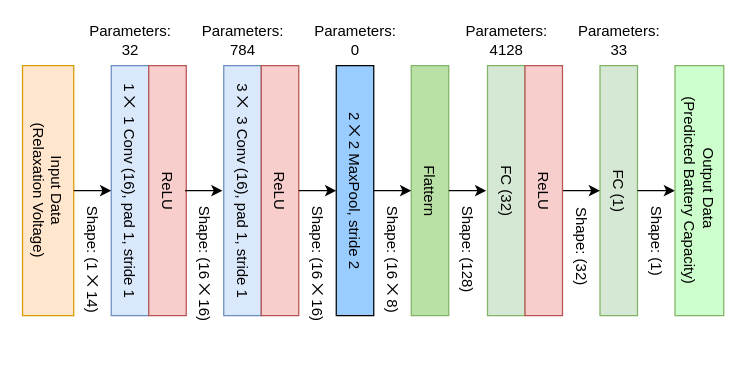
The draw.io diagram figs/fig2.drawio in bc0403/battery-ingep2024, before the edit. Source tidied: cells renumbered, new cells numbered last; positions are measured from the earlier drawing's top-left corner, leaving out a move shared by most shapes. Both pictures are drawn from the tidied source at 125%, with x=0, y=0 at pixel (-78, 21).
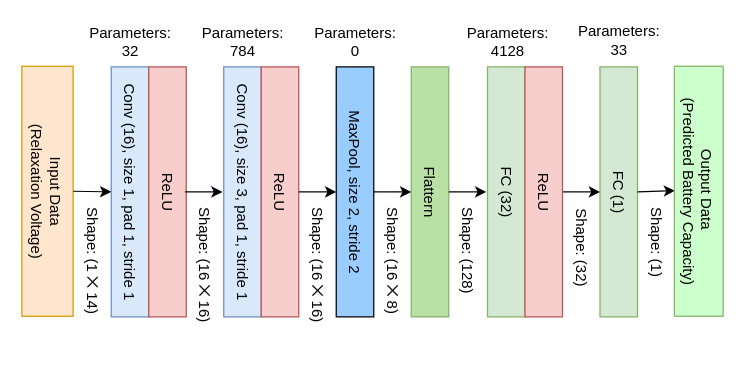
After the change.

What changed in the source:
```diff
@@
-    <mxCell id="2" style="group;" parent="1" vertex="1">
+    <mxCell id="2" style="group;rotation=0;" parent="1" vertex="1">
       <mxGeometry x="79.5" width="561" height="266" as="geometry" />
     </mxCell>
     <mxCell id="3" value="Input Data&lt;div&gt;(Relaxation Voltage)&lt;/div&gt;" style="rounded=0;whiteSpace=wrap;html=1;fillColor=#ffe6cc;strokeColor=#d79b00;rotation=90;" parent="2" vertex="1">
-      <mxGeometry x="-79.5" y="114.5" width="200" height="41" as="geometry" />
+      <mxGeometry x="-80" y="115" width="200" height="41" as="geometry" />
     </mxCell>
-    <mxCell id="4" value="1 ⨉&amp;nbsp; 1 Conv (16), pad 1, stride 1" style="rounded=0;whiteSpace=wrap;html=1;fillColor=#dae8fc;strokeColor=#6c8ebf;rotation=90;" parent="2" vertex="1">
-      <mxGeometry x="-14" y="120" width="200" height="30" as="geometry" />
+    <mxCell id="4" value="Conv (16), size 1, pad 1, stride 1" style="rounded=0;whiteSpace=wrap;html=1;fillColor=#dae8fc;strokeColor=#6c8ebf;rotation=90;" parent="2" vertex="1">
+      <mxGeometry x="-14" y="121" width="200" height="30" as="geometry" />
     </mxCell>
     <mxCell id="5" value="Shape: (1 ⨉ 14)" style="text;html=1;align=left;verticalAlign=middle;whiteSpace=wrap;rounded=0;rotation=90;" parent="2" vertex="1">
-      <mxGeometry x="1" y="185" width="110" height="30" as="geometry" />
+      <mxGeometry x="1" y="186" width="110" height="30" as="geometry" />
     </mxCell>
@@
-    <mxCell id="7" value="3 ⨉&amp;nbsp; 3 Conv (16), pad 1, stride 1" style="rounded=0;whiteSpace=wrap;html=1;fillColor=#dae8fc;strokeColor=#6c8ebf;rotation=90;" parent="2" vertex="1">
-      <mxGeometry x="76" y="120" width="200" height="30" as="geometry" />
+    <mxCell id="7" value="Conv (16), size 3, pad 1, stride 1" style="rounded=0;whiteSpace=wrap;html=1;fillColor=#dae8fc;strokeColor=#6c8ebf;rotation=90;" parent="2" vertex="1">
+      <mxGeometry x="76" y="121" width="200" height="30" as="geometry" />
     </mxCell>
     <mxCell id="8" value="Shape: (16 ⨉ 16)" style="text;html=1;align=left;verticalAlign=middle;whiteSpace=wrap;rounded=0;rotation=90;" parent="2" vertex="1">
-      <mxGeometry x="86" y="190" width="120" height="30" as="geometry" />
+      <mxGeometry x="86" y="191" width="120" height="30" as="geometry" />
     </mxCell>
     <mxCell id="9" value="ReLU" style="rounded=0;whiteSpace=wrap;html=1;fillColor=#f8cecc;strokeColor=#b85450;rotation=90;" parent="2" vertex="1">
-      <mxGeometry x="16" y="120" width="200" height="30" as="geometry" />
+      <mxGeometry x="16" y="121" width="200" height="30" as="geometry" />
     </mxCell>
     <mxCell id="10" value="ReLU" style="rounded=0;whiteSpace=wrap;html=1;fillColor=#f8cecc;strokeColor=#b85450;rotation=90;" parent="2" vertex="1">
-      <mxGeometry x="106" y="120" width="200" height="30" as="geometry" />
+      <mxGeometry x="106" y="121" width="200" height="30" as="geometry" />
     </mxCell>
-    <mxCell id="11" value="2 ⨉ 2 MaxPool, stride 2" style="rounded=0;whiteSpace=wrap;html=1;fillColor=#99CCFF;rotation=90;" parent="2" vertex="1">
-      <mxGeometry x="166" y="120" width="200" height="30" as="geometry" />
+    <mxCell id="11" value="MaxPool, size 2, stride 2" style="rounded=0;whiteSpace=wrap;html=1;fillColor=#99CCFF;rotation=90;" parent="2" vertex="1">
+      <mxGeometry x="166" y="121" width="200" height="30" as="geometry" />
     </mxCell>
     <mxCell id="12" value="Shape: (16 ⨉ 16)" style="text;html=1;align=left;verticalAlign=middle;whiteSpace=wrap;rounded=0;rotation=90;" parent="2" vertex="1">
-      <mxGeometry x="176" y="190" width="120" height="30" as="geometry" />
+      <mxGeometry x="176" y="191" width="120" height="30" as="geometry" />
     </mxCell>
     <mxCell id="13" value="Shape: (16 ⨉ 8)" style="text;html=1;align=left;verticalAlign=middle;whiteSpace=wrap;rounded=0;rotation=90;" parent="2" vertex="1">
-      <mxGeometry x="236" y="190" width="120" height="30" as="geometry" />
+      <mxGeometry x="236" y="191" width="120" height="30" as="geometry" />
     </mxCell>
     <mxCell id="14" value="Flattern" style="rounded=0;whiteSpace=wrap;html=1;fillColor=#B9E0A5;strokeColor=#82b366;rotation=90;" parent="2" vertex="1">
-      <mxGeometry x="226" y="120" width="200" height="30" as="geometry" />
+      <mxGeometry x="226" y="121" width="200" height="30" as="geometry" />
     </mxCell>
     <mxCell id="15" value="Shape: (128)" style="text;html=1;align=left;verticalAlign=middle;whiteSpace=wrap;rounded=0;rotation=90;" parent="2" vertex="1">
-      <mxGeometry x="296" y="190" width="120" height="30" as="geometry" />
+      <mxGeometry x="296" y="191" width="120" height="30" as="geometry" />
     </mxCell>
     <mxCell id="16" value="FC (32)" style="rounded=0;whiteSpace=wrap;html=1;fillColor=#d5e8d4;strokeColor=#82b366;rotation=90;" parent="2" vertex="1">
-      <mxGeometry x="287" y="120" width="200" height="30" as="geometry" />
+      <mxGeometry x="287" y="121" width="200" height="30" as="geometry" />
     </mxCell>
     <mxCell id="17" value="FC (1)" style="rounded=0;whiteSpace=wrap;html=1;fillColor=#d5e8d4;strokeColor=#82b366;rotation=90;" parent="2" vertex="1">
-      <mxGeometry x="377" y="120" width="200" height="30" as="geometry" />
+      <mxGeometry x="377" y="121" width="200" height="30" as="geometry" />
     </mxCell>
     <mxCell id="18" style="endArrow=classic;html=1;rounded=0;exitX=0.5;exitY=0;exitDx=0;exitDy=0;entryX=0.5;entryY=1;entryDx=0;entryDy=0;" parent="2" edge="1">
       <mxGeometry relative="1" as="geometry">
-        <mxPoint x="130" y="135" as="sourcePoint" />
-        <mxPoint x="160" y="135" as="targetPoint" />
+        <mxPoint x="130" y="136" as="sourcePoint" />
+        <mxPoint x="160" y="136" as="targetPoint" />
       </mxGeometry>
     </mxCell>
     <mxCell id="19" style="endArrow=classic;html=1;rounded=0;exitX=0.5;exitY=0;exitDx=0;exitDy=0;entryX=0.5;entryY=1;entryDx=0;entryDy=0;" parent="2" edge="1">
       <mxGeometry relative="1" as="geometry">
-        <mxPoint x="221" y="135" as="sourcePoint" />
-        <mxPoint x="251" y="135" as="targetPoint" />
+        <mxPoint x="221" y="136" as="sourcePoint" />
+        <mxPoint x="251" y="136" as="targetPoint" />
       </mxGeometry>
     </mxCell>
     <mxCell id="20" style="endArrow=classic;html=1;rounded=0;exitX=0.5;exitY=0;exitDx=0;exitDy=0;entryX=0.5;entryY=1;entryDx=0;entryDy=0;" parent="2" edge="1">
       <mxGeometry relative="1" as="geometry">
-        <mxPoint x="281" y="135" as="sourcePoint" />
-        <mxPoint x="311" y="135" as="targetPoint" />
+        <mxPoint x="281" y="136" as="sourcePoint" />
+        <mxPoint x="311" y="136" as="targetPoint" />
       </mxGeometry>
     </mxCell>
     <mxCell id="21" style="endArrow=classic;html=1;rounded=0;exitX=0.5;exitY=0;exitDx=0;exitDy=0;entryX=0.5;entryY=1;entryDx=0;entryDy=0;" parent="2" edge="1">
       <mxGeometry relative="1" as="geometry">
-        <mxPoint x="341" y="135" as="sourcePoint" />
-        <mxPoint x="371" y="135" as="targetPoint" />
+        <mxPoint x="341" y="136" as="sourcePoint" />
+        <mxPoint x="371" y="136" as="targetPoint" />
       </mxGeometry>
     </mxCell>
     <mxCell id="22" style="endArrow=classic;html=1;rounded=0;exitX=0.5;exitY=0;exitDx=0;exitDy=0;entryX=0.5;entryY=1;entryDx=0;entryDy=0;" parent="2" edge="1">
       <mxGeometry relative="1" as="geometry">
-        <mxPoint x="432" y="135" as="sourcePoint" />
-        <mxPoint x="462" y="135" as="targetPoint" />
+        <mxPoint x="432" y="136" as="sourcePoint" />
+        <mxPoint x="462" y="136" as="targetPoint" />
       </mxGeometry>
     </mxCell>
     <mxCell id="23" value="Parameters:&lt;div&gt;32&lt;/div&gt;" style="text;html=1;align=center;verticalAlign=middle;whiteSpace=wrap;rounded=0;rotation=0;" parent="2" vertex="1">
-      <mxGeometry x="31" width="110" height="30" as="geometry" />
+      <mxGeometry x="31" y="1" width="110" height="30" as="geometry" />
     </mxCell>
     <mxCell id="24" value="Parameters:&lt;div&gt;784&lt;/div&gt;" style="text;html=1;align=center;verticalAlign=middle;whiteSpace=wrap;rounded=0;rotation=0;" parent="2" vertex="1">
-      <mxGeometry x="121" width="110" height="30" as="geometry" />
+      <mxGeometry x="121" y="1" width="110" height="30" as="geometry" />
     </mxCell>
     <mxCell id="25" value="Parameters:&lt;div&gt;0&lt;/div&gt;" style="text;html=1;align=center;verticalAlign=middle;whiteSpace=wrap;rounded=0;rotation=0;" parent="2" vertex="1">
-      <mxGeometry x="211" width="110" height="30" as="geometry" />
+      <mxGeometry x="211" y="1" width="110" height="30" as="geometry" />
     </mxCell>
     <mxCell id="26" value="Parameters:&lt;div&gt;4128&lt;/div&gt;" style="text;html=1;align=center;verticalAlign=middle;whiteSpace=wrap;rounded=0;rotation=0;" parent="2" vertex="1">
-      <mxGeometry x="332" width="110" height="30" as="geometry" />
+      <mxGeometry x="333" y="1" width="110" height="30" as="geometry" />
     </mxCell>
     <mxCell id="27" value="Shape: (32)" style="text;html=1;align=left;verticalAlign=middle;whiteSpace=wrap;rounded=0;rotation=90;" parent="2" vertex="1">
-      <mxGeometry x="387" y="191" width="120" height="30" as="geometry" />
+      <mxGeometry x="387" y="192" width="120" height="30" as="geometry" />
     </mxCell>
@@
     <mxCell id="29" style="endArrow=classic;html=1;rounded=0;exitX=0.5;exitY=0;exitDx=0;exitDy=0;entryX=0.5;entryY=1;entryDx=0;entryDy=0;" parent="2" edge="1">
       <mxGeometry relative="1" as="geometry">
-        <mxPoint x="492" y="135" as="sourcePoint" />
+        <mxPoint x="492" y="136" as="sourcePoint" />
         <mxPoint x="522" y="135" as="targetPoint" />
       </mxGeometry>
     </mxCell>
     <mxCell id="30" value="Shape: (1)" style="text;html=1;align=left;verticalAlign=middle;whiteSpace=wrap;rounded=0;rotation=90;" parent="2" vertex="1">
-      <mxGeometry x="447" y="190" width="120" height="30" as="geometry" />
+      <mxGeometry x="447" y="191" width="120" height="30" as="geometry" />
     </mxCell>
     <mxCell id="31" value="Output Data&amp;nbsp;&lt;div&gt;(Predicted Battery Capacity)&lt;/div&gt;" style="rounded=0;whiteSpace=wrap;html=1;fillColor=#CCFFCC;strokeColor=#82b366;rotation=90;" parent="2" vertex="1">
-      <mxGeometry x="441.5" y="115.5" width="200" height="39" as="geometry" />
+      <mxGeometry x="441" y="116" width="200" height="39" as="geometry" />
     </mxCell>
     <mxCell id="32" value="ReLU" style="rounded=0;whiteSpace=wrap;html=1;fillColor=#f8cecc;strokeColor=#b85450;rotation=90;" parent="2" vertex="1">
-      <mxGeometry x="317" y="120" width="200" height="30" as="geometry" />
+      <mxGeometry x="317" y="121" width="200" height="30" as="geometry" />
     </mxCell>
```
